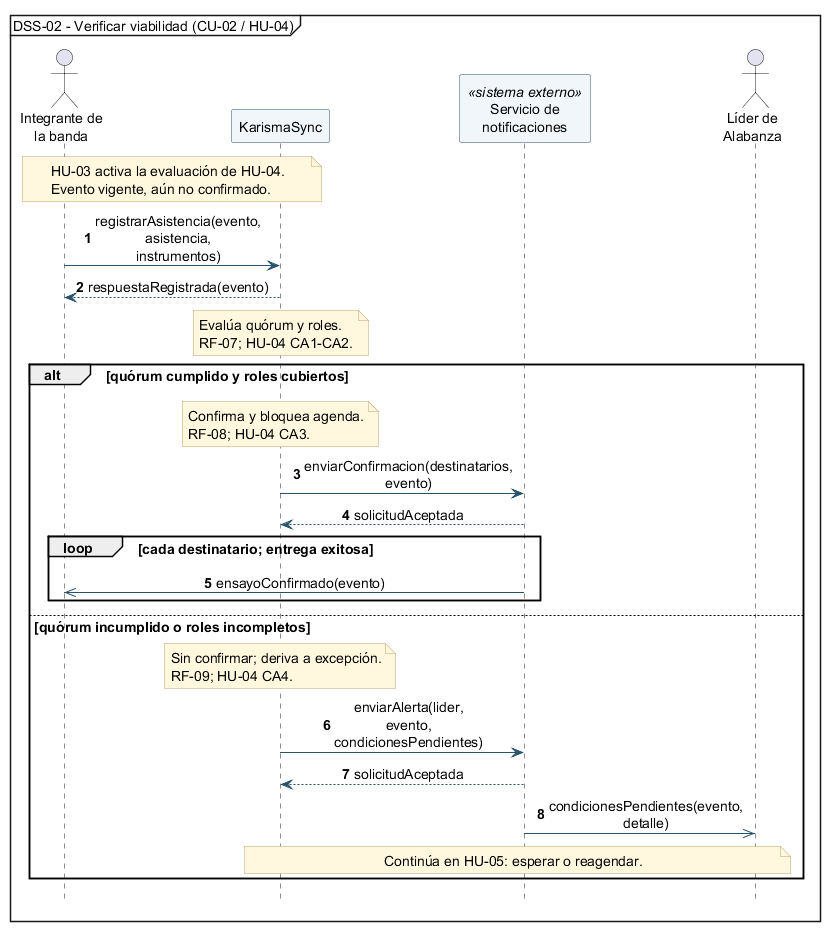
Before: diagramas/dss-02-verificar-viabilidad.png, a diagram exported from PlantUML (Ayiness/KarismaSync).
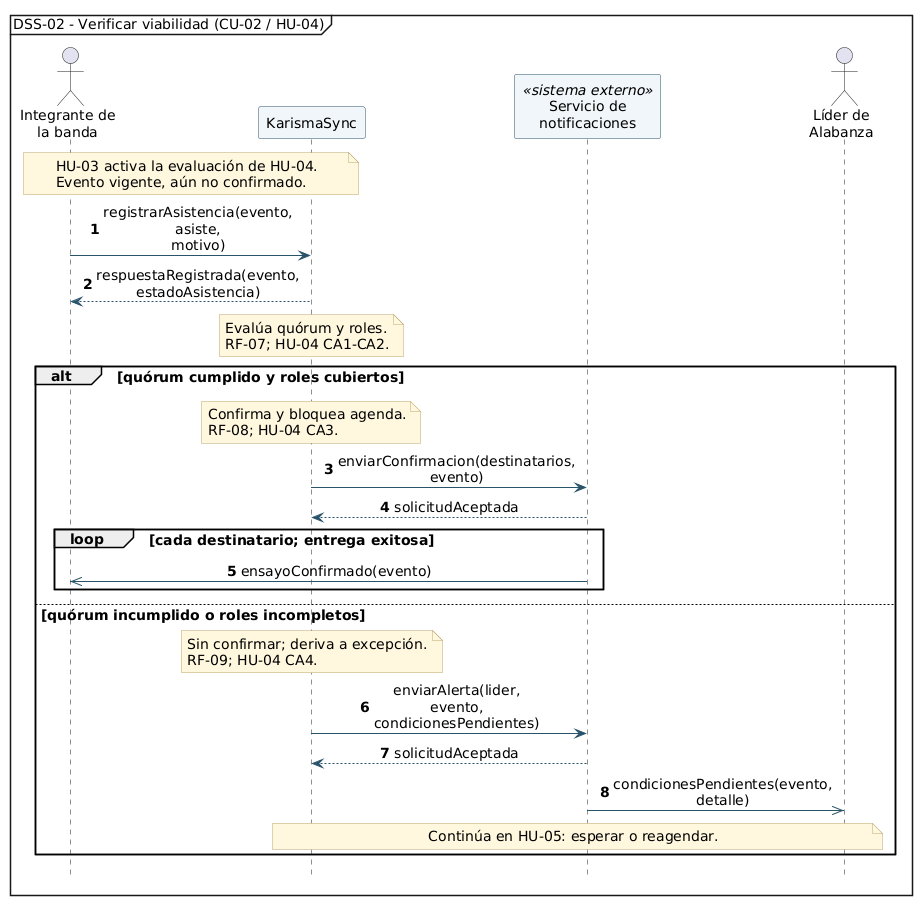
Later version of the same file.

The edit, as a diff of the source:
```diff
@@ -33,8 +33,8 @@
   Evento vigente, aún no confirmado.
 end note
 
-Integrante -> Sistema: registrarAsistencia(evento, asistencia, instrumentos)
-Sistema --> Integrante: respuestaRegistrada(evento)
+Integrante -> Sistema: registrarAsistencia(evento, asiste, motivo)
+Sistema --> Integrante: respuestaRegistrada(evento, estadoAsistencia)
 
 note over Sistema
   Evalúa quórum y roles.
```
